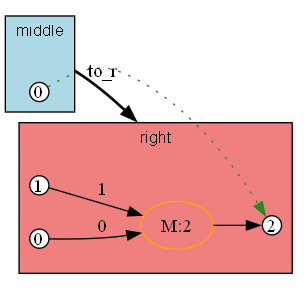
Before: crates/bhyp/images/test_copy_subst_commute/shared_span_for_copy_M_to_r.png, a diagram exported from Graphviz (ammatsui/bhypvis). Its source is kept beside it as crates/bhyp/images/test_copy_subst_commute/shared_span_for_copy_M_to_r.dot. Its diagram source:
```dot
digraph Morphism {
  fontname="Helvetica"
  fontsize=12
  rankdir=LR;
  compound=true;
  newrank=true;

  subgraph cluster_domain {
    label="middle";
    style=filled;
    fillcolor="lightblue";
    fontname="Helvetica";
    fontsize=12;

    dom_n0 [label="0", shape=circle, style=filled, fillcolor=white, color="black", width=0.2, height=0.2, fixedsize=true];
    dom_anchor [shape=point, width=0, height=0, style=invis];
  }

  subgraph cluster_codomain {
    label="right";
    style=filled;
    fillcolor="lightcoral";
    fontname="Helvetica";
    fontsize=12;

    cod_n0 [label="0", shape=circle, style=filled, fillcolor=white, color="black", width=0.2, height=0.2, fixedsize=true];
    cod_n1 [label="1", shape=circle, style=filled, fillcolor=white, color="black", width=0.2, height=0.2, fixedsize=true];
    cod_n2 [label="2", shape=circle, style=filled, fillcolor=white, color="black", width=0.2, height=0.2, fixedsize=true];
    cod_e0 [label="M:2", shape=ellipse, style=rounded, color="orange"];
    cod_n0 -> cod_e0 [label="0"];
    cod_n1 -> cod_e0 [label="1"];
    cod_e0 -> cod_n2 [label=""];
    cod_anchor [shape=point, width=0, height=0, style=invis];
  }

  dom_n0 -> cod_n2 [style=dotted, color=forestgreen, constraint=false];

  dom_anchor -> cod_anchor [lhead=cluster_codomain, ltail=cluster_domain, style=bold, color=black, label="to_r", penwidth=2];
}
```
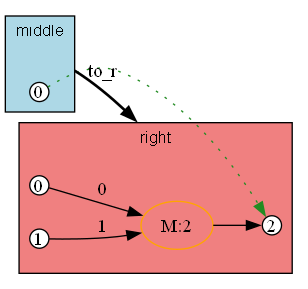
The same file after the commit.

What changed in the source:
```diff
@@ -23,9 +23,9 @@
     fontname="Helvetica";
     fontsize=12;
 
-    cod_n0 [label="0", shape=circle, style=filled, fillcolor=white, color="black", width=0.2, height=0.2, fixedsize=true];
     cod_n1 [label="1", shape=circle, style=filled, fillcolor=white, color="black", width=0.2, height=0.2, fixedsize=true];
     cod_n2 [label="2", shape=circle, style=filled, fillcolor=white, color="black", width=0.2, height=0.2, fixedsize=true];
+    cod_n0 [label="0", shape=circle, style=filled, fillcolor=white, color="black", width=0.2, height=0.2, fixedsize=true];
     cod_e0 [label="M:2", shape=ellipse, style=rounded, color="orange"];
     cod_n0 -> cod_e0 [label="0"];
     cod_n1 -> cod_e0 [label="1"];
```
